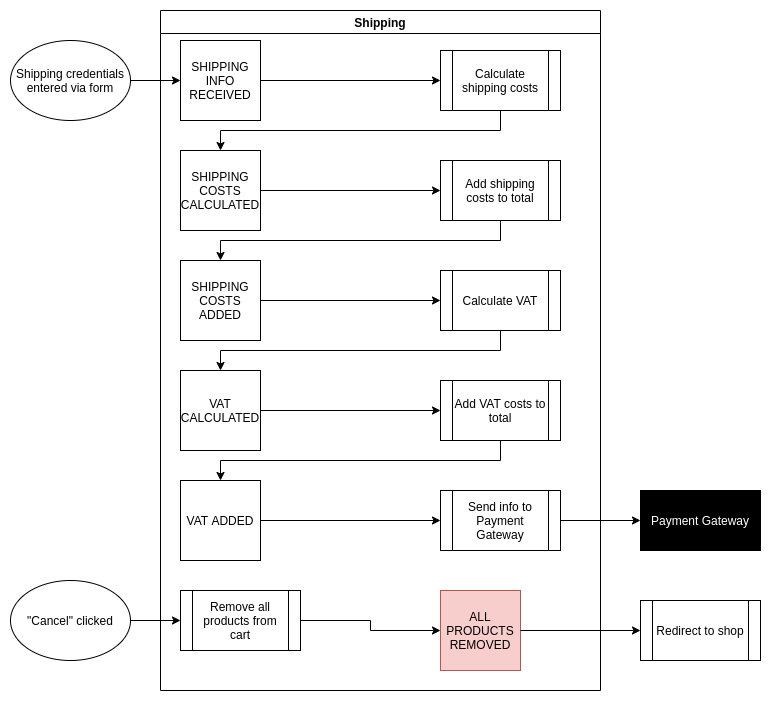
Earlier version of the draw.io export img/shopdomain-shipping.png (tbuljevic/planning-projects). Source tidied: cells renumbered, new cells last; positions are measured from the earlier drawing's top-left corner, leaving out a move shared by most shapes. The source it was exported from:
```xml
<mxGraphModel background="#ffffff">
  <root>
    <mxCell id="0" />
    <mxCell id="1" parent="0" />
    <mxCell id="2" value="Shipping" style="swimlane;" parent="1" vertex="1">
      <mxGeometry x="150" width="440" height="680" as="geometry" />
    </mxCell>
    <mxCell id="3" style="edgeStyle=orthogonalEdgeStyle;rounded=0;jettySize=auto;html=1;exitX=1;exitY=0.5;exitDx=0;exitDy=0;entryX=0;entryY=0.5;entryDx=0;entryDy=0;" parent="2" edge="1" source="4" target="6">
      <mxGeometry relative="1" as="geometry" />
    </mxCell>
    <mxCell id="4" value="SHIPPING INFO RECEIVED" style="whiteSpace=wrap;html=1;" parent="2" vertex="1">
      <mxGeometry x="20" y="30" width="80" height="80" as="geometry" />
    </mxCell>
    <mxCell id="5" style="edgeStyle=orthogonalEdgeStyle;rounded=0;jettySize=auto;html=1;exitX=0.5;exitY=1;exitDx=0;exitDy=0;" parent="2" edge="1" source="6" target="8">
      <mxGeometry relative="1" as="geometry" />
    </mxCell>
    <mxCell id="6" value="Calculate shipping costs" style="shape=process;whiteSpace=wrap;html=1;backgroundOutline=1;" parent="2" vertex="1">
      <mxGeometry x="280" y="40" width="120" height="60" as="geometry" />
    </mxCell>
    <mxCell id="7" style="edgeStyle=orthogonalEdgeStyle;rounded=0;jettySize=auto;html=1;exitX=1;exitY=0.5;exitDx=0;exitDy=0;" parent="2" edge="1" source="8" target="10">
      <mxGeometry relative="1" as="geometry" />
    </mxCell>
    <mxCell id="8" value="SHIPPING COSTS CALCULATED" style="whiteSpace=wrap;html=1;" parent="2" vertex="1">
      <mxGeometry x="20" y="140" width="80" height="80" as="geometry" />
    </mxCell>
    <mxCell id="9" style="edgeStyle=orthogonalEdgeStyle;rounded=0;jettySize=auto;html=1;exitX=0.5;exitY=1;exitDx=0;exitDy=0;entryX=0.5;entryY=0;entryDx=0;entryDy=0;" parent="2" edge="1" source="10" target="12">
      <mxGeometry relative="1" as="geometry" />
    </mxCell>
    <mxCell id="10" value="Add shipping costs to total" style="shape=process;whiteSpace=wrap;html=1;backgroundOutline=1;" parent="2" vertex="1">
      <mxGeometry x="280" y="150" width="120" height="60" as="geometry" />
    </mxCell>
    <mxCell id="11" style="edgeStyle=orthogonalEdgeStyle;rounded=0;jettySize=auto;html=1;exitX=1;exitY=0.5;exitDx=0;exitDy=0;entryX=0;entryY=0.5;entryDx=0;entryDy=0;" parent="2" edge="1" source="12" target="14">
      <mxGeometry relative="1" as="geometry" />
    </mxCell>
    <mxCell id="12" value="SHIPPING COSTS ADDED" style="whiteSpace=wrap;html=1;" parent="2" vertex="1">
      <mxGeometry x="20" y="250" width="80" height="80" as="geometry" />
    </mxCell>
    <mxCell id="13" style="edgeStyle=orthogonalEdgeStyle;rounded=0;jettySize=auto;html=1;exitX=0.5;exitY=1;exitDx=0;exitDy=0;entryX=0.5;entryY=0;entryDx=0;entryDy=0;" parent="2" edge="1" source="14" target="16">
      <mxGeometry relative="1" as="geometry" />
    </mxCell>
    <mxCell id="14" value="Calculate VAT" style="shape=process;whiteSpace=wrap;html=1;backgroundOutline=1;" parent="2" vertex="1">
      <mxGeometry x="280" y="260" width="120" height="60" as="geometry" />
    </mxCell>
    <mxCell id="15" style="edgeStyle=orthogonalEdgeStyle;rounded=0;jettySize=auto;html=1;exitX=1;exitY=0.5;exitDx=0;exitDy=0;entryX=0;entryY=0.5;entryDx=0;entryDy=0;" parent="2" edge="1" source="16" target="18">
      <mxGeometry relative="1" as="geometry" />
    </mxCell>
    <mxCell id="16" value="VAT CALCULATED" style="whiteSpace=wrap;html=1;" parent="2" vertex="1">
      <mxGeometry x="20" y="360" width="80" height="80" as="geometry" />
    </mxCell>
    <mxCell id="17" style="edgeStyle=orthogonalEdgeStyle;rounded=0;jettySize=auto;html=1;exitX=0.5;exitY=1;exitDx=0;exitDy=0;entryX=0.5;entryY=0;entryDx=0;entryDy=0;" parent="2" edge="1" source="18" target="19">
      <mxGeometry relative="1" as="geometry" />
    </mxCell>
    <mxCell id="18" value="Add VAT costs to total" style="shape=process;whiteSpace=wrap;html=1;backgroundOutline=1;" parent="2" vertex="1">
      <mxGeometry x="280" y="370" width="120" height="60" as="geometry" />
    </mxCell>
    <mxCell id="19" value="VAT ADDED" style="whiteSpace=wrap;html=1;" parent="2" vertex="1">
      <mxGeometry x="20" y="470" width="80" height="80" as="geometry" />
    </mxCell>
    <mxCell id="20" value="Send info to Payment Gateway" style="shape=process;whiteSpace=wrap;html=1;backgroundOutline=1;" parent="2" vertex="1">
      <mxGeometry x="280" y="480" width="120" height="60" as="geometry" />
    </mxCell>
    <mxCell id="21" style="edgeStyle=orthogonalEdgeStyle;rounded=0;jettySize=auto;html=1;exitX=1;exitY=0.5;exitDx=0;exitDy=0;entryX=0;entryY=0.5;entryDx=0;entryDy=0;" parent="2" edge="1" source="19" target="20">
      <mxGeometry relative="1" as="geometry" />
    </mxCell>
    <mxCell id="22" style="edgeStyle=orthogonalEdgeStyle;rounded=0;jettySize=auto;html=1;exitX=1;exitY=0.5;exitDx=0;exitDy=0;" parent="2" edge="1" source="23" target="24">
      <mxGeometry relative="1" as="geometry" />
    </mxCell>
    <mxCell id="23" value="Remove all products from cart" style="shape=process;whiteSpace=wrap;html=1;backgroundOutline=1;" parent="2" vertex="1">
      <mxGeometry x="20" y="580" width="120" height="60" as="geometry" />
    </mxCell>
    <mxCell id="24" value="ALL PRODUCTS REMOVED" style="whiteSpace=wrap;html=1;fillColor=#f8cecc;strokeColor=#b85450;" parent="2" vertex="1">
      <mxGeometry x="280" y="580" width="80" height="80" as="geometry" />
    </mxCell>
    <mxCell id="25" style="edgeStyle=orthogonalEdgeStyle;rounded=0;jettySize=auto;html=1;exitX=1;exitY=0.5;exitDx=0;exitDy=0;entryX=0;entryY=0.5;entryDx=0;entryDy=0;" parent="1" edge="1" source="26" target="4">
      <mxGeometry relative="1" as="geometry" />
    </mxCell>
    <mxCell id="26" value="Shipping credentials entered via form" style="ellipse;whiteSpace=wrap;html=1;" parent="1" vertex="1">
      <mxGeometry y="30" width="120" height="80" as="geometry" />
    </mxCell>
    <mxCell id="27" style="edgeStyle=orthogonalEdgeStyle;rounded=0;jettySize=auto;html=1;exitX=1;exitY=0.5;exitDx=0;exitDy=0;entryX=0;entryY=0.5;entryDx=0;entryDy=0;" parent="1" edge="1" source="28" target="23">
      <mxGeometry relative="1" as="geometry" />
    </mxCell>
    <mxCell id="28" value="&quot;Cancel&quot; clicked" style="ellipse;whiteSpace=wrap;html=1;" parent="1" vertex="1">
      <mxGeometry y="570" width="120" height="80" as="geometry" />
    </mxCell>
    <mxCell id="29" value="&lt;font color=&quot;#ffffff&quot;&gt;Payment Gateway&lt;/font&gt;" style="rounded=0;whiteSpace=wrap;html=1;fillColor=#000000;" parent="1" vertex="1">
      <mxGeometry x="630" y="480" width="120" height="60" as="geometry" />
    </mxCell>
    <mxCell id="30" style="edgeStyle=orthogonalEdgeStyle;rounded=0;jettySize=auto;html=1;exitX=1;exitY=0.5;exitDx=0;exitDy=0;entryX=0;entryY=0.5;entryDx=0;entryDy=0;" parent="1" edge="1" source="20" target="29">
      <mxGeometry relative="1" as="geometry" />
    </mxCell>
    <mxCell id="31" value="Redirect to shop" style="shape=process;whiteSpace=wrap;html=1;backgroundOutline=1;" parent="1" vertex="1">
      <mxGeometry x="630" y="590" width="120" height="60" as="geometry" />
    </mxCell>
    <mxCell id="32" style="edgeStyle=orthogonalEdgeStyle;rounded=0;jettySize=auto;html=1;exitX=1;exitY=0.5;exitDx=0;exitDy=0;entryX=0;entryY=0.5;entryDx=0;entryDy=0;" parent="1" edge="1" source="24" target="31">
      <mxGeometry relative="1" as="geometry" />
    </mxCell>
  </root>
</mxGraphModel>
```
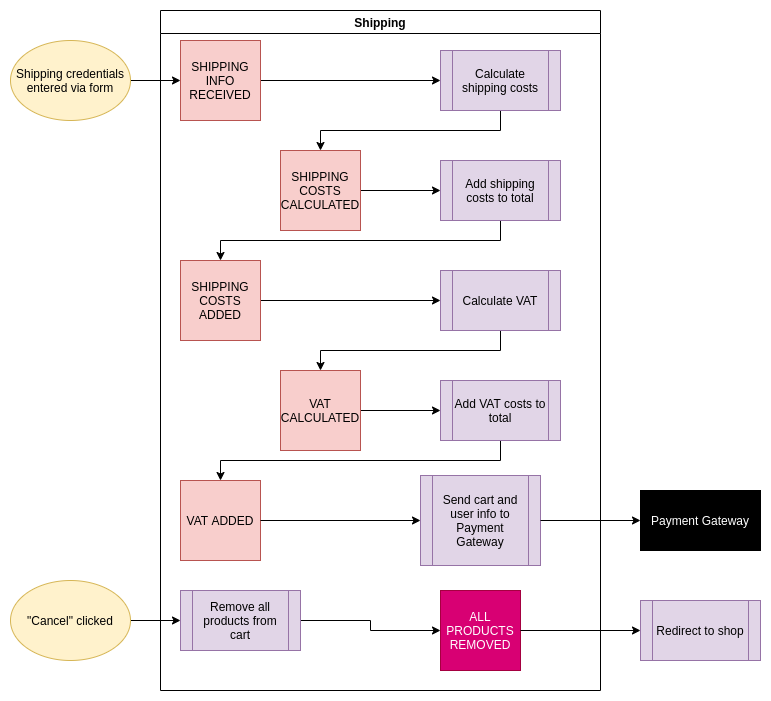
After the change.

Change to the diagram source:
```diff
@@ -8,56 +8,56 @@
     <mxCell id="3" style="edgeStyle=orthogonalEdgeStyle;rounded=0;jettySize=auto;html=1;exitX=1;exitY=0.5;exitDx=0;exitDy=0;entryX=0;entryY=0.5;entryDx=0;entryDy=0;" parent="2" edge="1" source="4" target="6">
       <mxGeometry relative="1" as="geometry" />
     </mxCell>
-    <mxCell id="4" value="SHIPPING INFO RECEIVED" style="whiteSpace=wrap;html=1;" parent="2" vertex="1">
+    <mxCell id="4" value="SHIPPING INFO RECEIVED" style="whiteSpace=wrap;html=1;fillColor=#f8cecc;strokeColor=#b85450;" parent="2" vertex="1">
       <mxGeometry x="20" y="30" width="80" height="80" as="geometry" />
     </mxCell>
     <mxCell id="5" style="edgeStyle=orthogonalEdgeStyle;rounded=0;jettySize=auto;html=1;exitX=0.5;exitY=1;exitDx=0;exitDy=0;" parent="2" edge="1" source="6" target="8">
       <mxGeometry relative="1" as="geometry" />
     </mxCell>
-    <mxCell id="6" value="Calculate shipping costs" style="shape=process;whiteSpace=wrap;html=1;backgroundOutline=1;" parent="2" vertex="1">
+    <mxCell id="6" value="Calculate shipping costs" style="shape=process;whiteSpace=wrap;html=1;backgroundOutline=1;fillColor=#e1d5e7;strokeColor=#9673a6;" parent="2" vertex="1">
       <mxGeometry x="280" y="40" width="120" height="60" as="geometry" />
     </mxCell>
     <mxCell id="7" style="edgeStyle=orthogonalEdgeStyle;rounded=0;jettySize=auto;html=1;exitX=1;exitY=0.5;exitDx=0;exitDy=0;" parent="2" edge="1" source="8" target="10">
       <mxGeometry relative="1" as="geometry" />
     </mxCell>
-    <mxCell id="8" value="SHIPPING COSTS CALCULATED" style="whiteSpace=wrap;html=1;" parent="2" vertex="1">
-      <mxGeometry x="20" y="140" width="80" height="80" as="geometry" />
+    <mxCell id="8" value="SHIPPING COSTS CALCULATED" style="whiteSpace=wrap;html=1;fillColor=#f8cecc;strokeColor=#b85450;" parent="2" vertex="1">
+      <mxGeometry x="120" y="140" width="80" height="80" as="geometry" />
     </mxCell>
     <mxCell id="9" style="edgeStyle=orthogonalEdgeStyle;rounded=0;jettySize=auto;html=1;exitX=0.5;exitY=1;exitDx=0;exitDy=0;entryX=0.5;entryY=0;entryDx=0;entryDy=0;" parent="2" edge="1" source="10" target="12">
       <mxGeometry relative="1" as="geometry" />
     </mxCell>
-    <mxCell id="10" value="Add shipping costs to total" style="shape=process;whiteSpace=wrap;html=1;backgroundOutline=1;" parent="2" vertex="1">
+    <mxCell id="10" value="Add shipping costs to total" style="shape=process;whiteSpace=wrap;html=1;backgroundOutline=1;fillColor=#e1d5e7;strokeColor=#9673a6;" parent="2" vertex="1">
       <mxGeometry x="280" y="150" width="120" height="60" as="geometry" />
     </mxCell>
     <mxCell id="11" style="edgeStyle=orthogonalEdgeStyle;rounded=0;jettySize=auto;html=1;exitX=1;exitY=0.5;exitDx=0;exitDy=0;entryX=0;entryY=0.5;entryDx=0;entryDy=0;" parent="2" edge="1" source="12" target="14">
       <mxGeometry relative="1" as="geometry" />
     </mxCell>
-    <mxCell id="12" value="SHIPPING COSTS ADDED" style="whiteSpace=wrap;html=1;" parent="2" vertex="1">
+    <mxCell id="12" value="SHIPPING COSTS ADDED" style="whiteSpace=wrap;html=1;fillColor=#f8cecc;strokeColor=#b85450;" parent="2" vertex="1">
       <mxGeometry x="20" y="250" width="80" height="80" as="geometry" />
     </mxCell>
     <mxCell id="13" style="edgeStyle=orthogonalEdgeStyle;rounded=0;jettySize=auto;html=1;exitX=0.5;exitY=1;exitDx=0;exitDy=0;entryX=0.5;entryY=0;entryDx=0;entryDy=0;" parent="2" edge="1" source="14" target="16">
       <mxGeometry relative="1" as="geometry" />
     </mxCell>
-    <mxCell id="14" value="Calculate VAT" style="shape=process;whiteSpace=wrap;html=1;backgroundOutline=1;" parent="2" vertex="1">
+    <mxCell id="14" value="Calculate VAT" style="shape=process;whiteSpace=wrap;html=1;backgroundOutline=1;fillColor=#e1d5e7;strokeColor=#9673a6;" parent="2" vertex="1">
       <mxGeometry x="280" y="260" width="120" height="60" as="geometry" />
     </mxCell>
     <mxCell id="15" style="edgeStyle=orthogonalEdgeStyle;rounded=0;jettySize=auto;html=1;exitX=1;exitY=0.5;exitDx=0;exitDy=0;entryX=0;entryY=0.5;entryDx=0;entryDy=0;" parent="2" edge="1" source="16" target="18">
       <mxGeometry relative="1" as="geometry" />
     </mxCell>
-    <mxCell id="16" value="VAT CALCULATED" style="whiteSpace=wrap;html=1;" parent="2" vertex="1">
-      <mxGeometry x="20" y="360" width="80" height="80" as="geometry" />
+    <mxCell id="16" value="VAT CALCULATED" style="whiteSpace=wrap;html=1;fillColor=#f8cecc;strokeColor=#b85450;" parent="2" vertex="1">
+      <mxGeometry x="120" y="360" width="80" height="80" as="geometry" />
     </mxCell>
     <mxCell id="17" style="edgeStyle=orthogonalEdgeStyle;rounded=0;jettySize=auto;html=1;exitX=0.5;exitY=1;exitDx=0;exitDy=0;entryX=0.5;entryY=0;entryDx=0;entryDy=0;" parent="2" edge="1" source="18" target="19">
       <mxGeometry relative="1" as="geometry" />
     </mxCell>
-    <mxCell id="18" value="Add VAT costs to total" style="shape=process;whiteSpace=wrap;html=1;backgroundOutline=1;" parent="2" vertex="1">
+    <mxCell id="18" value="Add VAT costs to total" style="shape=process;whiteSpace=wrap;html=1;backgroundOutline=1;fillColor=#e1d5e7;strokeColor=#9673a6;" parent="2" vertex="1">
       <mxGeometry x="280" y="370" width="120" height="60" as="geometry" />
     </mxCell>
-    <mxCell id="19" value="VAT ADDED" style="whiteSpace=wrap;html=1;" parent="2" vertex="1">
+    <mxCell id="19" value="VAT ADDED" style="whiteSpace=wrap;html=1;fillColor=#f8cecc;strokeColor=#b85450;" parent="2" vertex="1">
       <mxGeometry x="20" y="470" width="80" height="80" as="geometry" />
     </mxCell>
-    <mxCell id="20" value="Send info to Payment Gateway" style="shape=process;whiteSpace=wrap;html=1;backgroundOutline=1;" parent="2" vertex="1">
-      <mxGeometry x="280" y="480" width="120" height="60" as="geometry" />
+    <mxCell id="20" value="Send cart and user info to Payment Gateway" style="shape=process;whiteSpace=wrap;html=1;backgroundOutline=1;fillColor=#e1d5e7;strokeColor=#9673a6;" parent="2" vertex="1">
+      <mxGeometry x="260" y="465" width="120" height="90" as="geometry" />
     </mxCell>
     <mxCell id="21" style="edgeStyle=orthogonalEdgeStyle;rounded=0;jettySize=auto;html=1;exitX=1;exitY=0.5;exitDx=0;exitDy=0;entryX=0;entryY=0.5;entryDx=0;entryDy=0;" parent="2" edge="1" source="19" target="20">
       <mxGeometry relative="1" as="geometry" />
@@ -65,22 +65,22 @@
     <mxCell id="22" style="edgeStyle=orthogonalEdgeStyle;rounded=0;jettySize=auto;html=1;exitX=1;exitY=0.5;exitDx=0;exitDy=0;" parent="2" edge="1" source="23" target="24">
       <mxGeometry relative="1" as="geometry" />
     </mxCell>
-    <mxCell id="23" value="Remove all products from cart" style="shape=process;whiteSpace=wrap;html=1;backgroundOutline=1;" parent="2" vertex="1">
+    <mxCell id="23" value="Remove all products from cart" style="shape=process;whiteSpace=wrap;html=1;backgroundOutline=1;fillColor=#e1d5e7;strokeColor=#9673a6;" parent="2" vertex="1">
       <mxGeometry x="20" y="580" width="120" height="60" as="geometry" />
     </mxCell>
-    <mxCell id="24" value="ALL PRODUCTS REMOVED" style="whiteSpace=wrap;html=1;fillColor=#f8cecc;strokeColor=#b85450;" parent="2" vertex="1">
+    <mxCell id="24" value="ALL PRODUCTS REMOVED" style="whiteSpace=wrap;html=1;fillColor=#d80073;strokeColor=#A50040;fontColor=#ffffff;" parent="2" vertex="1">
       <mxGeometry x="280" y="580" width="80" height="80" as="geometry" />
     </mxCell>
     <mxCell id="25" style="edgeStyle=orthogonalEdgeStyle;rounded=0;jettySize=auto;html=1;exitX=1;exitY=0.5;exitDx=0;exitDy=0;entryX=0;entryY=0.5;entryDx=0;entryDy=0;" parent="1" edge="1" source="26" target="4">
       <mxGeometry relative="1" as="geometry" />
     </mxCell>
-    <mxCell id="26" value="Shipping credentials entered via form" style="ellipse;whiteSpace=wrap;html=1;" parent="1" vertex="1">
+    <mxCell id="26" value="Shipping credentials entered via form" style="ellipse;whiteSpace=wrap;html=1;fillColor=#fff2cc;strokeColor=#d6b656;" parent="1" vertex="1">
       <mxGeometry y="30" width="120" height="80" as="geometry" />
     </mxCell>
     <mxCell id="27" style="edgeStyle=orthogonalEdgeStyle;rounded=0;jettySize=auto;html=1;exitX=1;exitY=0.5;exitDx=0;exitDy=0;entryX=0;entryY=0.5;entryDx=0;entryDy=0;" parent="1" edge="1" source="28" target="23">
       <mxGeometry relative="1" as="geometry" />
     </mxCell>
-    <mxCell id="28" value="&quot;Cancel&quot; clicked" style="ellipse;whiteSpace=wrap;html=1;" parent="1" vertex="1">
+    <mxCell id="28" value="&quot;Cancel&quot; clicked" style="ellipse;whiteSpace=wrap;html=1;fillColor=#fff2cc;strokeColor=#d6b656;" parent="1" vertex="1">
       <mxGeometry y="570" width="120" height="80" as="geometry" />
     </mxCell>
     <mxCell id="29" value="&lt;font color=&quot;#ffffff&quot;&gt;Payment Gateway&lt;/font&gt;" style="rounded=0;whiteSpace=wrap;html=1;fillColor=#000000;" parent="1" vertex="1">
@@ -89,7 +89,7 @@
     <mxCell id="30" style="edgeStyle=orthogonalEdgeStyle;rounded=0;jettySize=auto;html=1;exitX=1;exitY=0.5;exitDx=0;exitDy=0;entryX=0;entryY=0.5;entryDx=0;entryDy=0;" parent="1" edge="1" source="20" target="29">
       <mxGeometry relative="1" as="geometry" />
     </mxCell>
-    <mxCell id="31" value="Redirect to shop" style="shape=process;whiteSpace=wrap;html=1;backgroundOutline=1;" parent="1" vertex="1">
+    <mxCell id="31" value="Redirect to shop" style="shape=process;whiteSpace=wrap;html=1;backgroundOutline=1;fillColor=#e1d5e7;strokeColor=#9673a6;" parent="1" vertex="1">
       <mxGeometry x="630" y="590" width="120" height="60" as="geometry" />
     </mxCell>
     <mxCell id="32" style="edgeStyle=orthogonalEdgeStyle;rounded=0;jettySize=auto;html=1;exitX=1;exitY=0.5;exitDx=0;exitDy=0;entryX=0;entryY=0.5;entryDx=0;entryDy=0;" parent="1" edge="1" source="24" target="31">
```
